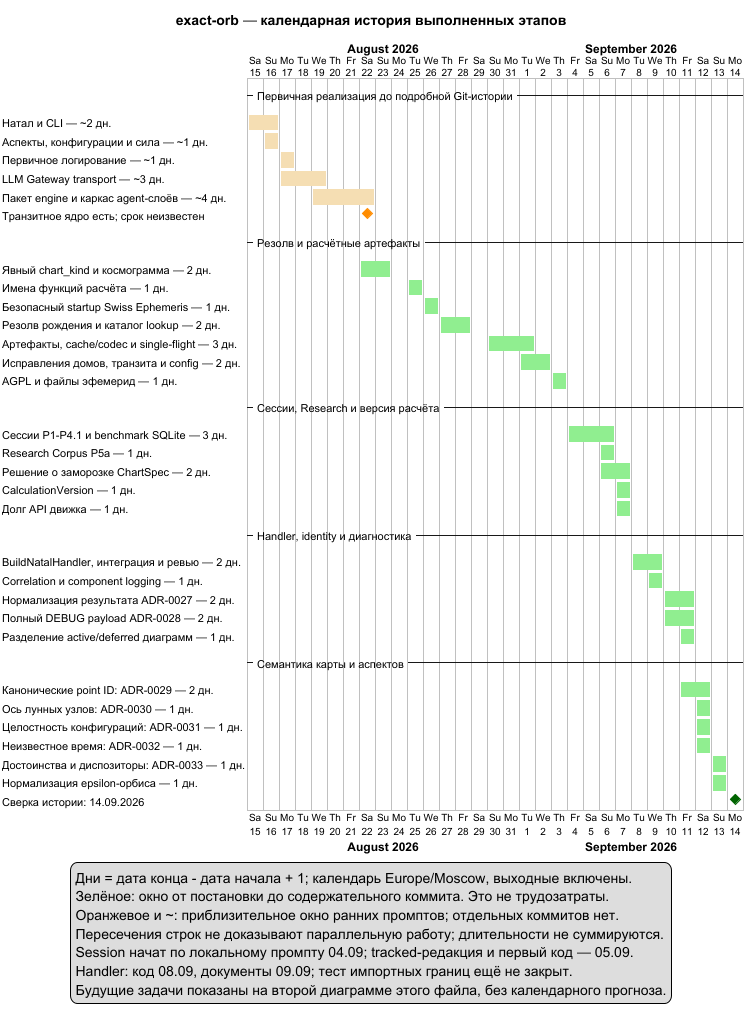
This is docs/project_management/roadmap_completed_work_timeline.png from ksenia-baranova/exact-orb-demo, a PlantUML export, as it was before one commit.
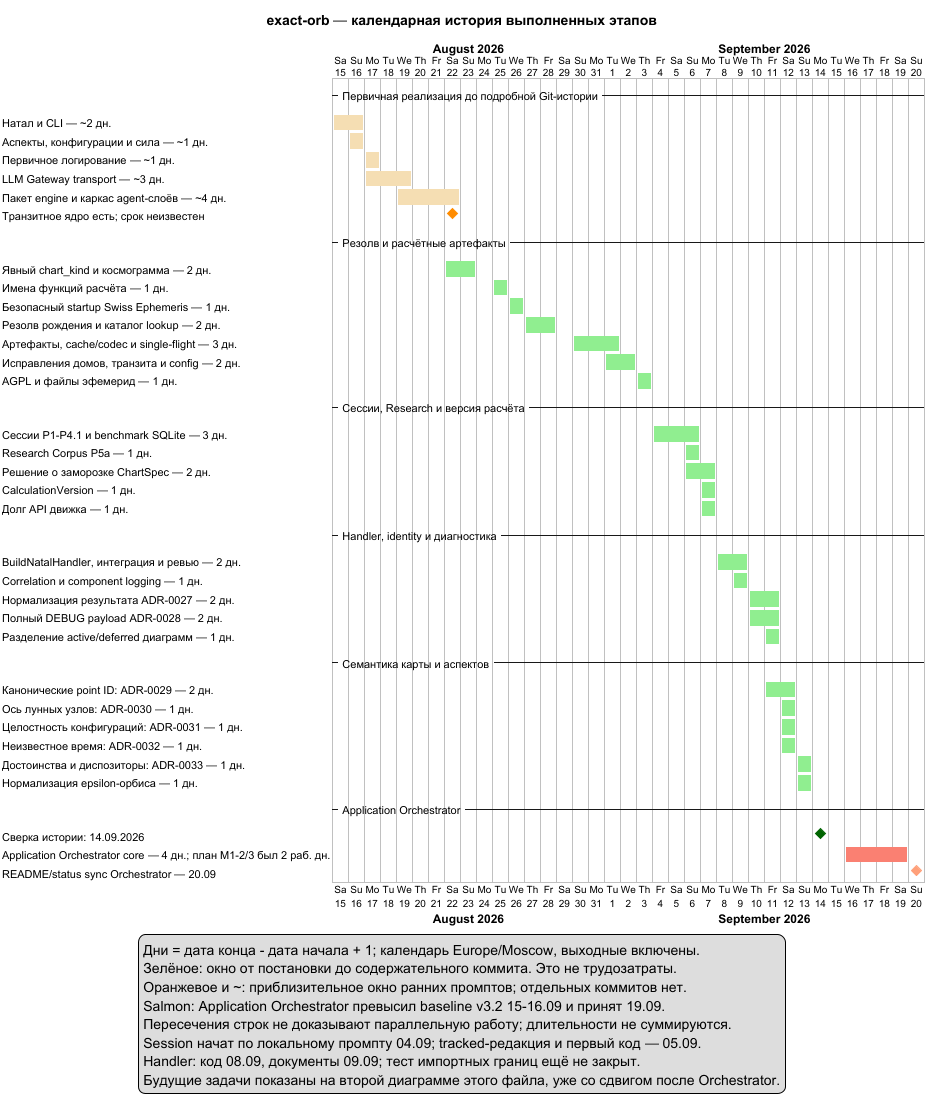
Later version of the same file.

Commit message:
docs: update architecture diagrams, overview, and scenarios

Diff of the diagram source:
```diff
@@ -130,16 +130,26 @@
 [H_ORB] is 100% complete
 [H_ORB] is colored in LightGreen
 
+-- Application Orchestrator --
+
 [Сверка истории: 14.09.2026] as [AUDIT] happens 2026-09-14
 [AUDIT] is colored in DarkGreen
+
+[Application Orchestrator core — 4 дн.; план M1-2/3 был 2 раб. дн.] as [H_APP_ORCH] starts 2026-09-16 and ends 2026-09-19
+[H_APP_ORCH] is 100% complete
+[H_APP_ORCH] is colored in Salmon
+
+[README/status sync Orchestrator — 20.09] as [H_APP_DOCS] happens 2026-09-20
+[H_APP_DOCS] is colored in LightSalmon
 
 legend bottom
   Дни = дата конца - дата начала + 1; календарь Europe/Moscow, выходные включены.
   Зелёное: окно от постановки до содержательного коммита. Это не трудозатраты.
   Оранжевое и ~: приблизительное окно ранних промптов; отдельных коммитов нет.
+  Salmon: Application Orchestrator превысил baseline v3.2 15-16.09 и принят 19.09.
   Пересечения строк не доказывают параллельную работу; длительности не суммируются.
   Session начат по локальному промпту 04.09; tracked-редакция и первый код — 05.09.
   Handler: код 08.09, документы 09.09; тест импортных границ ещё не закрыт.
-  Будущие задачи показаны на второй диаграмме этого файла, без календарного прогноза.
+  Будущие задачи показаны на второй диаграмме этого файла, уже со сдвигом после Orchestrator.
 endlegend
 @endgantt
```
